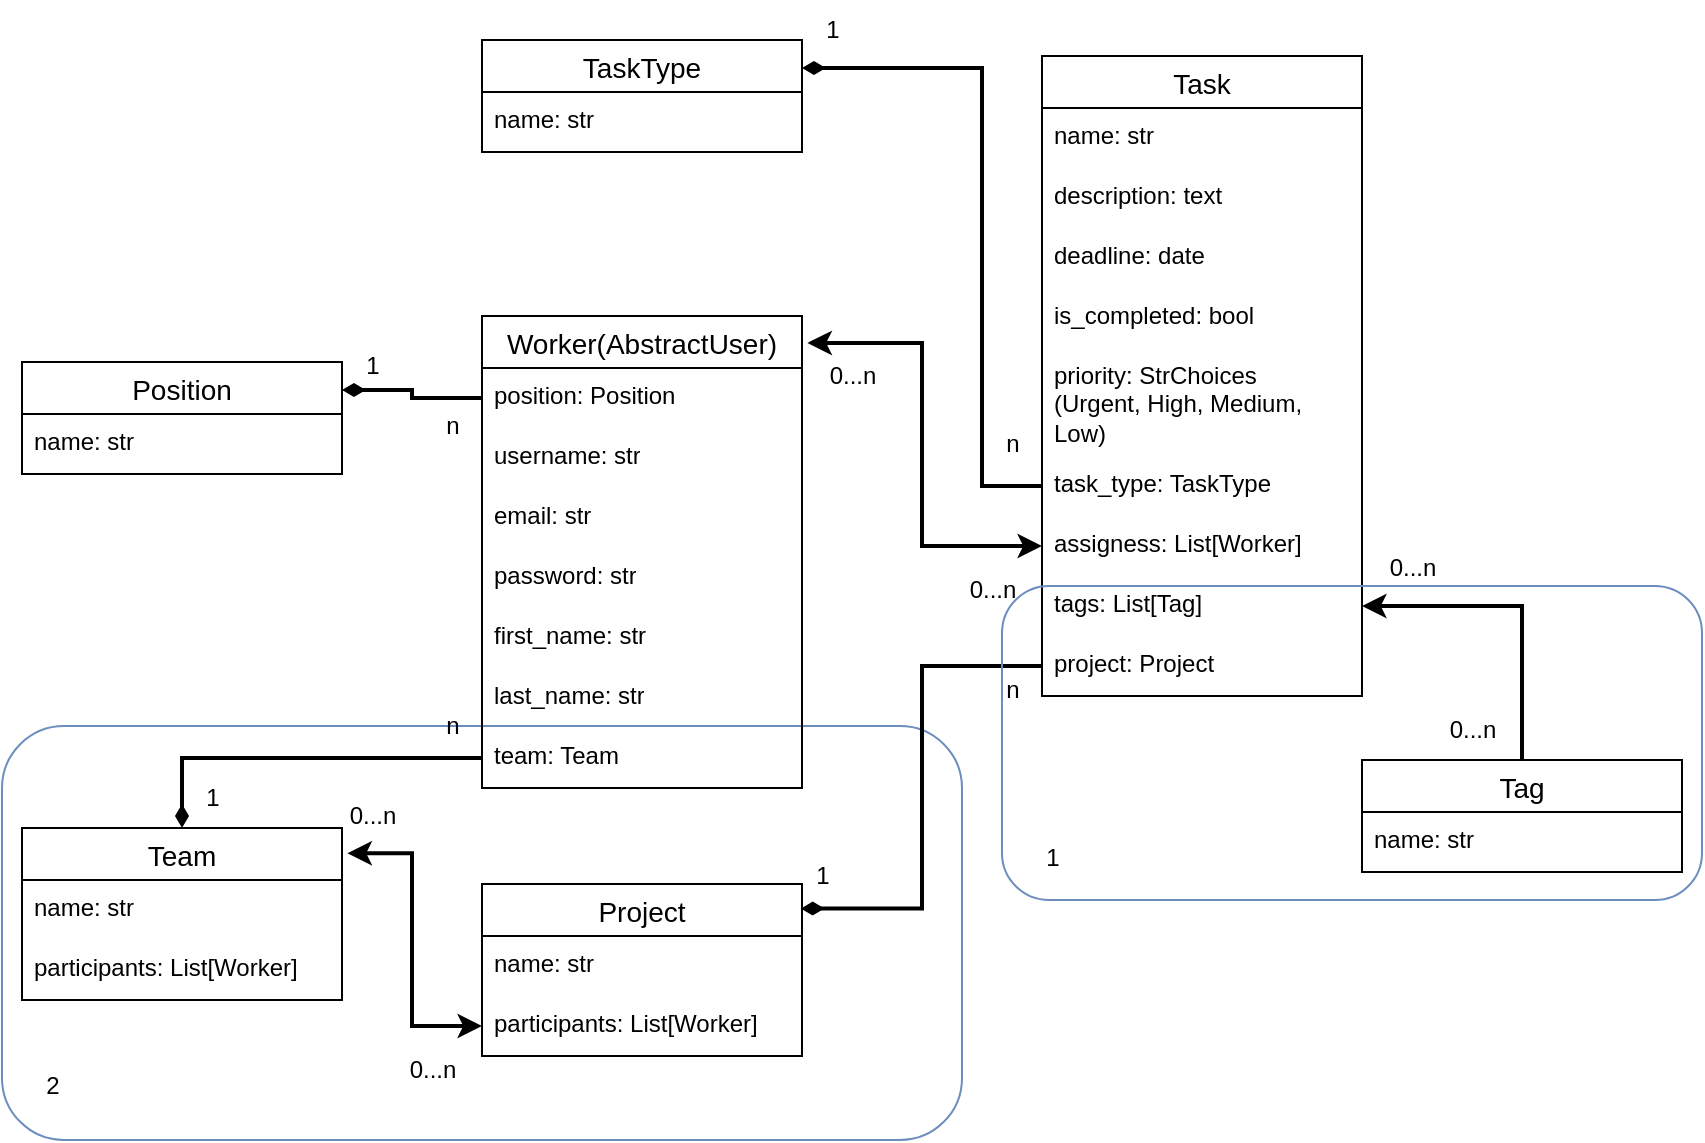
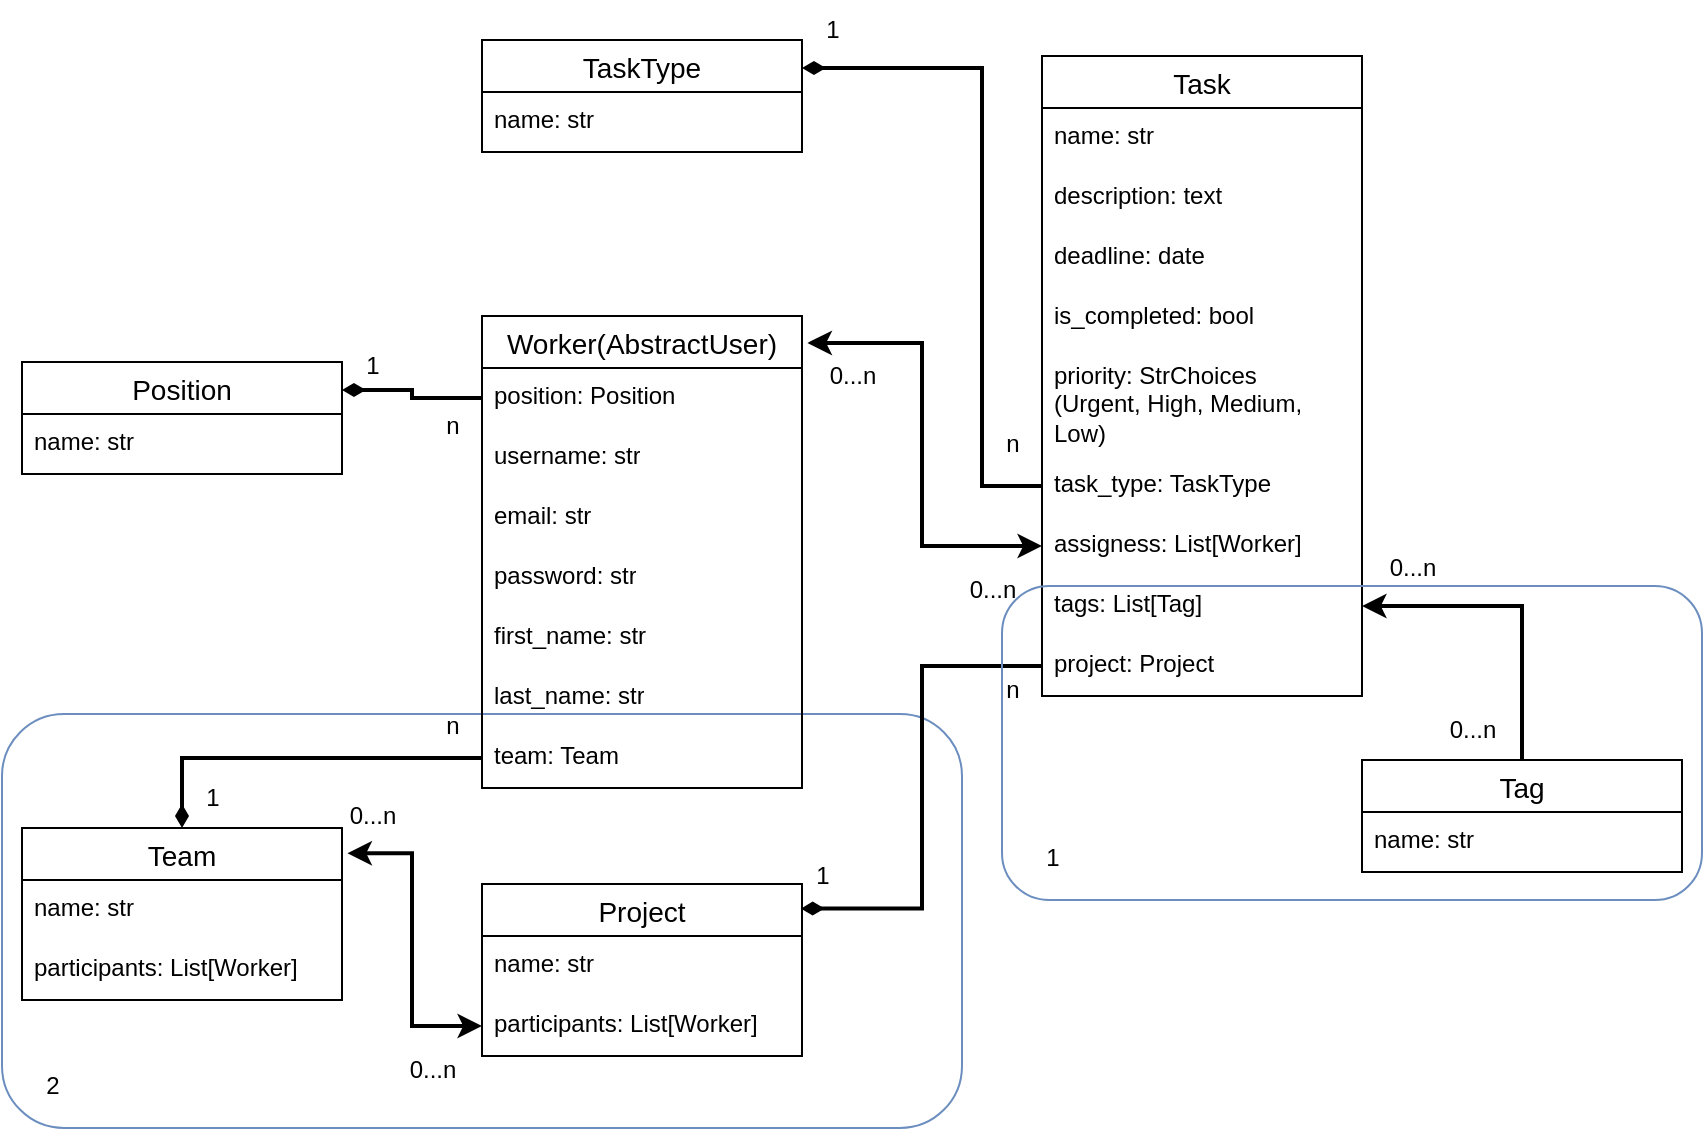
- <mxfile host="drawio-plugin" modified="2026-07-10T07:14:50.842Z" agent="Mozilla/5.0 (Windows NT 10.0; Win64; x64) AppleWebKit/537.36 (KHTML, like Gecko) Chrome/137.0.0.0 Safari/537.36" etag="OB6KfP-dZFzjv-g6ZFL8" version="22.1.22" type="embed">
+ <mxfile host="drawio-plugin" modified="2026-07-11T07:44:52.888Z" agent="Mozilla/5.0 (Windows NT 10.0; Win64; x64) AppleWebKit/537.36 (KHTML, like Gecko) Chrome/137.0.0.0 Safari/537.36" etag="0RXFD84kcVjQTI-eVDgB" version="22.1.22" type="embed">
  <diagram id="lyL6K8bGwki3omDA8o6r" name="Page-1">
    <mxGraphModel dx="899" dy="749" grid="1" gridSize="10" guides="1" tooltips="1" connect="1" arrows="1" fold="1" page="1" pageScale="1" pageWidth="850" pageHeight="1100" math="0" shadow="0">
      <root>
        <mxCell id="0" />
        <mxCell id="1" parent="0" />
        <mxCell id="100" value="" style="rounded=1;whiteSpace=wrap;html=1;fillColor=none;strokeColor=#6c8ebf;gradientColor=none;" parent="1" vertex="1">
-           <mxGeometry y="453" width="480" height="207" as="geometry" />
+           <mxGeometry y="447" width="480" height="207" as="geometry" />
        </mxCell>
        <mxCell id="94" style="edgeStyle=orthogonalEdgeStyle;rounded=0;orthogonalLoop=1;jettySize=auto;html=1;exitX=1;exitY=0.25;exitDx=0;exitDy=0;entryX=0;entryY=0.5;entryDx=0;entryDy=0;endArrow=none;endFill=0;startArrow=diamondThin;startFill=1;strokeWidth=2;" parent="1" source="3" target="11" edge="1">
          <mxGeometry relative="1" as="geometry" />
        </mxCell>
        <mxCell id="3" value="Position" style="swimlane;fontStyle=0;childLayout=stackLayout;horizontal=1;startSize=26;horizontalStack=0;resizeParent=1;resizeParentMax=0;resizeLast=0;collapsible=1;marginBottom=0;align=center;fontSize=14;labelBackgroundColor=none;" parent="1" vertex="1">
          <mxGeometry x="10" y="271" width="160" height="56" as="geometry" />
        </mxCell>
        <mxCell id="4" value="name: str" style="text;strokeColor=none;fillColor=none;spacingLeft=4;spacingRight=4;overflow=hidden;rotatable=0;points=[[0,0.5],[1,0.5]];portConstraint=eastwest;fontSize=12;whiteSpace=wrap;html=1;labelBackgroundColor=none;" parent="3" vertex="1">
          <mxGeometry y="26" width="160" height="30" as="geometry" />
        </mxCell>
        <mxCell id="8" value="TaskType" style="swimlane;fontStyle=0;childLayout=stackLayout;horizontal=1;startSize=26;horizontalStack=0;resizeParent=1;resizeParentMax=0;resizeLast=0;collapsible=1;marginBottom=0;align=center;fontSize=14;labelBackgroundColor=none;" parent="1" vertex="1">
          <mxGeometry x="240" y="110" width="160" height="56" as="geometry" />
        </mxCell>
        <mxCell id="9" value="name: str" style="text;strokeColor=none;fillColor=none;spacingLeft=4;spacingRight=4;overflow=hidden;rotatable=0;points=[[0,0.5],[1,0.5]];portConstraint=eastwest;fontSize=12;whiteSpace=wrap;html=1;labelBackgroundColor=none;" parent="8" vertex="1">
          <mxGeometry y="26" width="160" height="30" as="geometry" />
        </mxCell>
        <mxCell id="10" value="Worker(AbstractUser)" style="swimlane;fontStyle=0;childLayout=stackLayout;horizontal=1;startSize=26;horizontalStack=0;resizeParent=1;resizeParentMax=0;resizeLast=0;collapsible=1;marginBottom=0;align=center;fontSize=14;labelBackgroundColor=none;" parent="1" vertex="1">
          <mxGeometry x="240" y="248" width="160" height="236" as="geometry" />
        </mxCell>
        <mxCell id="11" value="position: Position" style="text;strokeColor=none;fillColor=none;spacingLeft=4;spacingRight=4;overflow=hidden;rotatable=0;points=[[0,0.5],[1,0.5]];portConstraint=eastwest;fontSize=12;whiteSpace=wrap;html=1;labelBackgroundColor=none;" parent="10" vertex="1">
          <mxGeometry y="26" width="160" height="30" as="geometry" />
        </mxCell>
        <mxCell id="14" value="username: str" style="text;strokeColor=none;fillColor=none;spacingLeft=4;spacingRight=4;overflow=hidden;rotatable=0;points=[[0,0.5],[1,0.5]];portConstraint=eastwest;fontSize=12;whiteSpace=wrap;html=1;labelBackgroundColor=none;" parent="10" vertex="1">
          <mxGeometry y="56" width="160" height="30" as="geometry" />
        </mxCell>
        <mxCell id="15" value="email: str" style="text;strokeColor=none;fillColor=none;spacingLeft=4;spacingRight=4;overflow=hidden;rotatable=0;points=[[0,0.5],[1,0.5]];portConstraint=eastwest;fontSize=12;whiteSpace=wrap;html=1;labelBackgroundColor=none;" parent="10" vertex="1">
          <mxGeometry y="86" width="160" height="30" as="geometry" />
        </mxCell>
        <mxCell id="19" value="password: str" style="text;strokeColor=none;fillColor=none;spacingLeft=4;spacingRight=4;overflow=hidden;rotatable=0;points=[[0,0.5],[1,0.5]];portConstraint=eastwest;fontSize=12;whiteSpace=wrap;html=1;labelBackgroundColor=none;" parent="10" vertex="1">
          <mxGeometry y="116" width="160" height="30" as="geometry" />
        </mxCell>
        <mxCell id="20" value="first_name: str" style="text;strokeColor=none;fillColor=none;spacingLeft=4;spacingRight=4;overflow=hidden;rotatable=0;points=[[0,0.5],[1,0.5]];portConstraint=eastwest;fontSize=12;whiteSpace=wrap;html=1;labelBackgroundColor=none;" parent="10" vertex="1">
          <mxGeometry y="146" width="160" height="30" as="geometry" />
        </mxCell>
        <mxCell id="21" value="last_name: str" style="text;strokeColor=none;fillColor=none;spacingLeft=4;spacingRight=4;overflow=hidden;rotatable=0;points=[[0,0.5],[1,0.5]];portConstraint=eastwest;fontSize=12;whiteSpace=wrap;html=1;labelBackgroundColor=none;" parent="10" vertex="1">
          <mxGeometry y="176" width="160" height="30" as="geometry" />
        </mxCell>
        <mxCell id="95" value="team: Team" style="text;strokeColor=none;fillColor=none;spacingLeft=4;spacingRight=4;overflow=hidden;rotatable=0;points=[[0,0.5],[1,0.5]];portConstraint=eastwest;fontSize=12;whiteSpace=wrap;html=1;labelBackgroundColor=none;" parent="10" vertex="1">
          <mxGeometry y="206" width="160" height="30" as="geometry" />
        </mxCell>
        <mxCell id="22" value="Task" style="swimlane;fontStyle=0;childLayout=stackLayout;horizontal=1;startSize=26;horizontalStack=0;resizeParent=1;resizeParentMax=0;resizeLast=0;collapsible=1;marginBottom=0;align=center;fontSize=14;labelBackgroundColor=none;" parent="1" vertex="1">
          <mxGeometry x="520" y="118" width="160" height="320" as="geometry" />
        </mxCell>
        <mxCell id="23" value="name: str" style="text;strokeColor=none;fillColor=none;spacingLeft=4;spacingRight=4;overflow=hidden;rotatable=0;points=[[0,0.5],[1,0.5]];portConstraint=eastwest;fontSize=12;whiteSpace=wrap;html=1;labelBackgroundColor=none;" parent="22" vertex="1">
          <mxGeometry y="26" width="160" height="30" as="geometry" />
        </mxCell>
        <mxCell id="24" value="description: text" style="text;strokeColor=none;fillColor=none;spacingLeft=4;spacingRight=4;overflow=hidden;rotatable=0;points=[[0,0.5],[1,0.5]];portConstraint=eastwest;fontSize=12;whiteSpace=wrap;html=1;labelBackgroundColor=none;" parent="22" vertex="1">
          <mxGeometry y="56" width="160" height="30" as="geometry" />
        </mxCell>
        <mxCell id="25" value="deadline: date" style="text;strokeColor=none;fillColor=none;spacingLeft=4;spacingRight=4;overflow=hidden;rotatable=0;points=[[0,0.5],[1,0.5]];portConstraint=eastwest;fontSize=12;whiteSpace=wrap;html=1;labelBackgroundColor=none;" parent="22" vertex="1">
          <mxGeometry y="86" width="160" height="30" as="geometry" />
        </mxCell>
        <mxCell id="26" value="is_completed: bool" style="text;strokeColor=none;fillColor=none;spacingLeft=4;spacingRight=4;overflow=hidden;rotatable=0;points=[[0,0.5],[1,0.5]];portConstraint=eastwest;fontSize=12;whiteSpace=wrap;html=1;labelBackgroundColor=none;" parent="22" vertex="1">
          <mxGeometry y="116" width="160" height="30" as="geometry" />
        </mxCell>
        <mxCell id="27" value="priority: StrChoices&lt;br&gt;(Urgent, High, Medium, Low)" style="text;strokeColor=none;fillColor=none;spacingLeft=4;spacingRight=4;overflow=hidden;rotatable=0;points=[[0,0.5],[1,0.5]];portConstraint=eastwest;fontSize=12;whiteSpace=wrap;html=1;labelBackgroundColor=none;" parent="22" vertex="1">
          <mxGeometry y="146" width="160" height="54" as="geometry" />
        </mxCell>
        <mxCell id="28" value="task_type: TaskType" style="text;strokeColor=none;fillColor=none;spacingLeft=4;spacingRight=4;overflow=hidden;rotatable=0;points=[[0,0.5],[1,0.5]];portConstraint=eastwest;fontSize=12;whiteSpace=wrap;html=1;labelBackgroundColor=none;" parent="22" vertex="1">
          <mxGeometry y="200" width="160" height="30" as="geometry" />
        </mxCell>
        <mxCell id="36" value="assigness: List[Worker]" style="text;strokeColor=none;fillColor=none;spacingLeft=4;spacingRight=4;overflow=hidden;rotatable=0;points=[[0,0.5],[1,0.5]];portConstraint=eastwest;fontSize=12;whiteSpace=wrap;html=1;labelBackgroundColor=none;" parent="22" vertex="1">
          <mxGeometry y="230" width="160" height="30" as="geometry" />
        </mxCell>
        <mxCell id="66" value="tags: List[Tag]" style="text;strokeColor=none;fillColor=none;spacingLeft=4;spacingRight=4;overflow=hidden;rotatable=0;points=[[0,0.5],[1,0.5]];portConstraint=eastwest;fontSize=12;whiteSpace=wrap;html=1;labelBackgroundColor=none;" parent="22" vertex="1">
          <mxGeometry y="260" width="160" height="30" as="geometry" />
        </mxCell>
        <mxCell id="85" value="project: Project" style="text;strokeColor=none;fillColor=none;spacingLeft=4;spacingRight=4;overflow=hidden;rotatable=0;points=[[0,0.5],[1,0.5]];portConstraint=eastwest;fontSize=12;whiteSpace=wrap;html=1;labelBackgroundColor=none;" parent="22" vertex="1">
          <mxGeometry y="290" width="160" height="30" as="geometry" />
        </mxCell>
        <mxCell id="50" value="1" style="text;html=1;align=center;verticalAlign=middle;resizable=0;points=[];autosize=1;strokeColor=none;fillColor=none;labelBackgroundColor=none;" parent="1" vertex="1">
          <mxGeometry x="170" y="258" width="30" height="30" as="geometry" />
        </mxCell>
        <mxCell id="51" value="n" style="text;html=1;align=center;verticalAlign=middle;resizable=0;points=[];autosize=1;strokeColor=none;fillColor=none;labelBackgroundColor=none;" parent="1" vertex="1">
          <mxGeometry x="210" y="288" width="30" height="30" as="geometry" />
        </mxCell>
        <mxCell id="53" style="edgeStyle=orthogonalEdgeStyle;rounded=0;orthogonalLoop=1;jettySize=auto;html=1;exitX=0;exitY=0.5;exitDx=0;exitDy=0;entryX=1.017;entryY=0.057;entryDx=0;entryDy=0;entryPerimeter=0;strokeWidth=2;startArrow=classic;startFill=1;labelBackgroundColor=none;fontColor=default;" parent="1" source="36" target="10" edge="1">
          <mxGeometry relative="1" as="geometry" />
        </mxCell>
        <mxCell id="54" value="0...n" style="text;html=1;align=center;verticalAlign=middle;resizable=0;points=[];autosize=1;strokeColor=none;fillColor=none;labelBackgroundColor=none;" parent="1" vertex="1">
          <mxGeometry x="400" y="263" width="50" height="30" as="geometry" />
        </mxCell>
        <mxCell id="56" value="0...n" style="text;html=1;align=center;verticalAlign=middle;resizable=0;points=[];autosize=1;strokeColor=none;fillColor=none;labelBackgroundColor=none;" parent="1" vertex="1">
          <mxGeometry x="470" y="370" width="50" height="30" as="geometry" />
        </mxCell>
        <mxCell id="59" style="edgeStyle=orthogonalEdgeStyle;rounded=0;orthogonalLoop=1;jettySize=auto;html=1;exitX=0;exitY=0.5;exitDx=0;exitDy=0;entryX=1;entryY=0.25;entryDx=0;entryDy=0;endArrow=diamondThin;endFill=1;startArrow=none;startFill=0;strokeWidth=2;labelBackgroundColor=none;fontColor=default;" parent="1" source="28" target="8" edge="1">
          <mxGeometry relative="1" as="geometry">
            <Array as="points">
              <mxPoint x="490" y="333" />
              <mxPoint x="490" y="124" />
            </Array>
          </mxGeometry>
        </mxCell>
        <mxCell id="60" value="1" style="text;html=1;align=center;verticalAlign=middle;resizable=0;points=[];autosize=1;strokeColor=none;fillColor=none;labelBackgroundColor=none;" parent="1" vertex="1">
          <mxGeometry x="400" y="90" width="30" height="30" as="geometry" />
        </mxCell>
        <mxCell id="61" value="n" style="text;html=1;align=center;verticalAlign=middle;resizable=0;points=[];autosize=1;strokeColor=none;fillColor=none;labelBackgroundColor=none;" parent="1" vertex="1">
          <mxGeometry x="490" y="297" width="30" height="30" as="geometry" />
        </mxCell>
        <mxCell id="81" style="edgeStyle=orthogonalEdgeStyle;rounded=0;orthogonalLoop=1;jettySize=auto;html=1;exitX=0.5;exitY=0;exitDx=0;exitDy=0;entryX=1;entryY=0.5;entryDx=0;entryDy=0;labelBackgroundColor=none;fontColor=default;strokeWidth=2;" parent="1" source="63" target="66" edge="1">
          <mxGeometry relative="1" as="geometry" />
        </mxCell>
        <mxCell id="63" value="Tag" style="swimlane;fontStyle=0;childLayout=stackLayout;horizontal=1;startSize=26;horizontalStack=0;resizeParent=1;resizeParentMax=0;resizeLast=0;collapsible=1;marginBottom=0;align=center;fontSize=14;labelBackgroundColor=none;" parent="1" vertex="1">
          <mxGeometry x="680" y="470" width="160" height="56" as="geometry" />
        </mxCell>
        <mxCell id="64" value="name: str" style="text;strokeColor=none;fillColor=none;spacingLeft=4;spacingRight=4;overflow=hidden;rotatable=0;points=[[0,0.5],[1,0.5]];portConstraint=eastwest;fontSize=12;whiteSpace=wrap;html=1;labelBackgroundColor=none;" parent="63" vertex="1">
          <mxGeometry y="26" width="160" height="30" as="geometry" />
        </mxCell>
        <mxCell id="69" value="0...n" style="text;html=1;align=center;verticalAlign=middle;resizable=0;points=[];autosize=1;strokeColor=none;fillColor=none;labelBackgroundColor=none;" parent="1" vertex="1">
          <mxGeometry x="710" y="440" width="50" height="30" as="geometry" />
        </mxCell>
        <mxCell id="70" value="0...n" style="text;html=1;align=center;verticalAlign=middle;resizable=0;points=[];autosize=1;strokeColor=none;fillColor=none;labelBackgroundColor=none;" parent="1" vertex="1">
          <mxGeometry x="680" y="359" width="50" height="30" as="geometry" />
        </mxCell>
        <mxCell id="74" value="Team " style="swimlane;fontStyle=0;childLayout=stackLayout;horizontal=1;startSize=26;horizontalStack=0;resizeParent=1;resizeParentMax=0;resizeLast=0;collapsible=1;marginBottom=0;align=center;fontSize=14;labelBackgroundColor=none;" parent="1" vertex="1">
          <mxGeometry x="10" y="504" width="160" height="86" as="geometry" />
        </mxCell>
        <mxCell id="75" value="name: str" style="text;strokeColor=none;fillColor=none;spacingLeft=4;spacingRight=4;overflow=hidden;rotatable=0;points=[[0,0.5],[1,0.5]];portConstraint=eastwest;fontSize=12;whiteSpace=wrap;html=1;labelBackgroundColor=none;" parent="74" vertex="1">
          <mxGeometry y="26" width="160" height="30" as="geometry" />
        </mxCell>
        <mxCell id="76" value="participants: List[Worker]" style="text;strokeColor=none;fillColor=none;spacingLeft=4;spacingRight=4;overflow=hidden;rotatable=0;points=[[0,0.5],[1,0.5]];portConstraint=eastwest;fontSize=12;whiteSpace=wrap;html=1;labelBackgroundColor=none;" parent="74" vertex="1">
          <mxGeometry y="56" width="160" height="30" as="geometry" />
        </mxCell>
        <mxCell id="77" value="Project" style="swimlane;fontStyle=0;childLayout=stackLayout;horizontal=1;startSize=26;horizontalStack=0;resizeParent=1;resizeParentMax=0;resizeLast=0;collapsible=1;marginBottom=0;align=center;fontSize=14;labelBackgroundColor=none;" parent="1" vertex="1">
          <mxGeometry x="240" y="532" width="160" height="86" as="geometry" />
        </mxCell>
        <mxCell id="78" value="name: str" style="text;strokeColor=none;fillColor=none;spacingLeft=4;spacingRight=4;overflow=hidden;rotatable=0;points=[[0,0.5],[1,0.5]];portConstraint=eastwest;fontSize=12;whiteSpace=wrap;html=1;labelBackgroundColor=none;" parent="77" vertex="1">
          <mxGeometry y="26" width="160" height="30" as="geometry" />
        </mxCell>
        <mxCell id="79" value="participants: List[Worker]" style="text;strokeColor=none;fillColor=none;spacingLeft=4;spacingRight=4;overflow=hidden;rotatable=0;points=[[0,0.5],[1,0.5]];portConstraint=eastwest;fontSize=12;whiteSpace=wrap;html=1;labelBackgroundColor=none;" parent="77" vertex="1">
          <mxGeometry y="56" width="160" height="30" as="geometry" />
        </mxCell>
        <mxCell id="80" style="edgeStyle=orthogonalEdgeStyle;rounded=0;orthogonalLoop=1;jettySize=auto;html=1;exitX=0;exitY=0.5;exitDx=0;exitDy=0;entryX=1.017;entryY=0.147;entryDx=0;entryDy=0;entryPerimeter=0;endArrow=classic;endFill=1;startArrow=classic;startFill=1;labelBackgroundColor=none;fontColor=default;strokeWidth=2;" parent="1" source="79" target="74" edge="1">
          <mxGeometry relative="1" as="geometry" />
        </mxCell>
        <mxCell id="83" value="0...n" style="text;html=1;align=center;verticalAlign=middle;resizable=0;points=[];autosize=1;strokeColor=none;fillColor=none;labelBackgroundColor=none;" parent="1" vertex="1">
          <mxGeometry x="190" y="610" width="50" height="30" as="geometry" />
        </mxCell>
        <mxCell id="84" value="0...n" style="text;html=1;align=center;verticalAlign=middle;resizable=0;points=[];autosize=1;strokeColor=none;fillColor=none;labelBackgroundColor=none;" parent="1" vertex="1">
          <mxGeometry x="160" y="483" width="50" height="30" as="geometry" />
        </mxCell>
        <mxCell id="86" style="edgeStyle=orthogonalEdgeStyle;rounded=0;orthogonalLoop=1;jettySize=auto;html=1;exitX=0;exitY=0.5;exitDx=0;exitDy=0;entryX=0.996;entryY=0.143;entryDx=0;entryDy=0;entryPerimeter=0;endArrow=diamondThin;endFill=1;strokeWidth=2;" parent="1" source="85" target="77" edge="1">
          <mxGeometry relative="1" as="geometry" />
        </mxCell>
        <mxCell id="87" value="1" style="text;html=1;align=center;verticalAlign=middle;resizable=0;points=[];autosize=1;strokeColor=none;fillColor=none;labelBackgroundColor=none;" parent="1" vertex="1">
          <mxGeometry x="395" y="513" width="30" height="30" as="geometry" />
        </mxCell>
        <mxCell id="88" value="n" style="text;html=1;align=center;verticalAlign=middle;resizable=0;points=[];autosize=1;strokeColor=none;fillColor=none;labelBackgroundColor=none;" parent="1" vertex="1">
          <mxGeometry x="490" y="420" width="30" height="30" as="geometry" />
        </mxCell>
        <mxCell id="96" style="edgeStyle=orthogonalEdgeStyle;rounded=0;orthogonalLoop=1;jettySize=auto;html=1;exitX=0;exitY=0.5;exitDx=0;exitDy=0;entryX=0.5;entryY=0;entryDx=0;entryDy=0;strokeWidth=2;endArrow=diamondThin;endFill=1;" parent="1" source="95" target="74" edge="1">
          <mxGeometry relative="1" as="geometry" />
        </mxCell>
        <mxCell id="98" value="n" style="text;html=1;align=center;verticalAlign=middle;resizable=0;points=[];autosize=1;strokeColor=none;fillColor=none;labelBackgroundColor=none;" parent="1" vertex="1">
          <mxGeometry x="210" y="438" width="30" height="30" as="geometry" />
        </mxCell>
        <mxCell id="99" value="1" style="text;html=1;align=center;verticalAlign=middle;resizable=0;points=[];autosize=1;strokeColor=none;fillColor=none;labelBackgroundColor=none;" parent="1" vertex="1">
          <mxGeometry x="90" y="474" width="30" height="30" as="geometry" />
        </mxCell>
        <mxCell id="101" value="2" style="text;html=1;align=center;verticalAlign=middle;resizable=0;points=[];autosize=1;strokeColor=none;fillColor=none;" parent="1" vertex="1">
          <mxGeometry x="10" y="618" width="30" height="30" as="geometry" />
        </mxCell>
        <mxCell id="102" value="" style="rounded=1;whiteSpace=wrap;html=1;fillColor=none;strokeColor=#6c8ebf;gradientColor=none;" parent="1" vertex="1">
          <mxGeometry x="500" y="383" width="350" height="157" as="geometry" />
        </mxCell>
-         <mxCell id="103" value="1" style="text;html=1;align=center;verticalAlign=middle;resizable=0;points=[];autosize=1;strokeColor=none;fillColor=none;" vertex="1" parent="1">
+         <mxCell id="103" value="1" style="text;html=1;align=center;verticalAlign=middle;resizable=0;points=[];autosize=1;strokeColor=none;fillColor=none;" parent="1" vertex="1">
          <mxGeometry x="510" y="504" width="30" height="30" as="geometry" />
        </mxCell>
      </root>
    </mxGraphModel>
  </diagram>
</mxfile>
